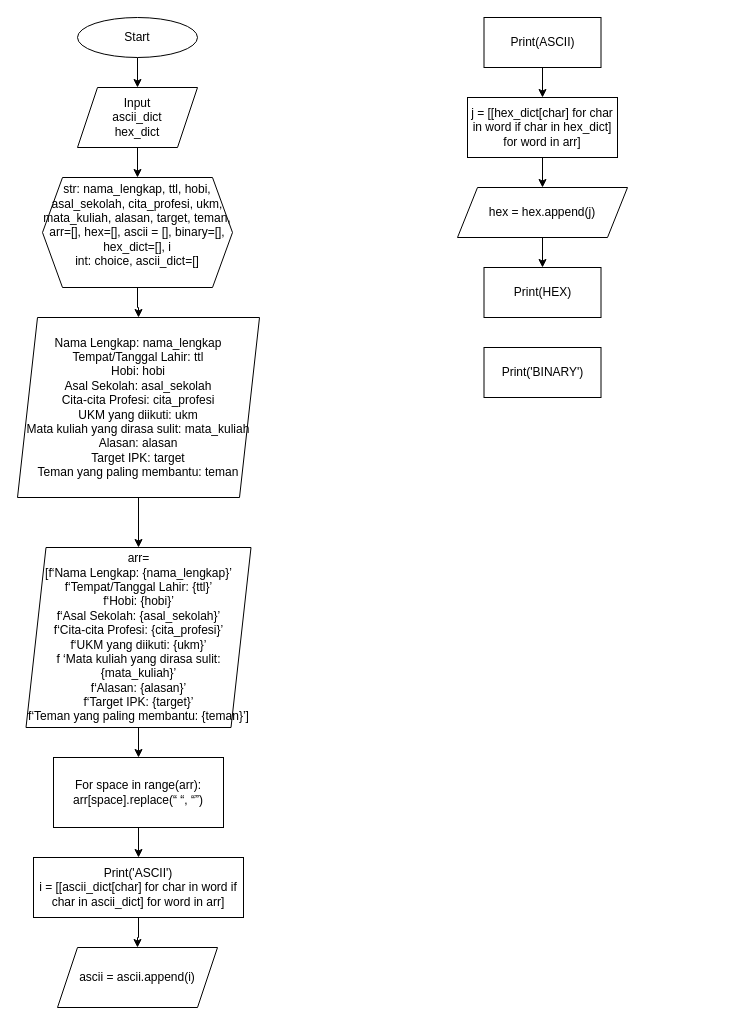
Earlier version of the draw.io diagram page "Page-1" (1 of 2) of AFL1_arsiskom.drawio (1nnocentia/Flowchart). Source tidied: cells renumbered, new cells numbered last; positions are measured from the earlier drawing's top-left corner, leaving out a move shared by most shapes. Both pictures are drawn from the tidied source at 100%, with x=0, y=0 at pixel (17, 17).
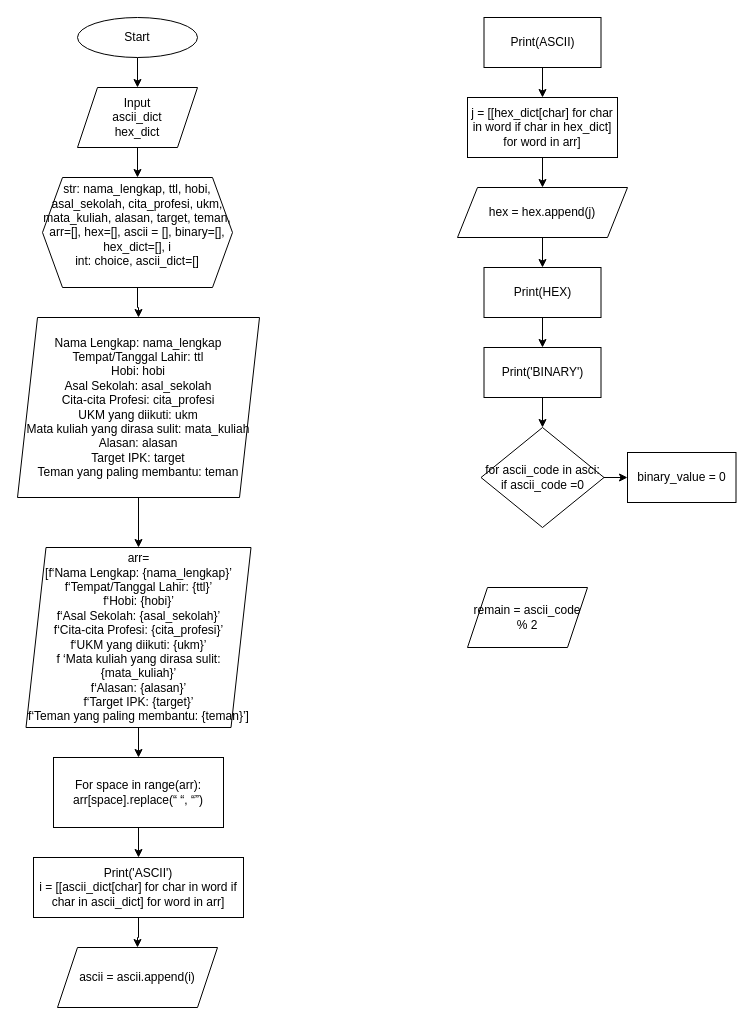
After the change.

Unchanged cells that the change refers to:
```xml
<mxCell id="23" value="Print(HEX)" style="rounded=0;whiteSpace=wrap;html=1;" parent="1" vertex="1">
  <mxGeometry x="466.5" y="250" width="117" height="50" as="geometry" />
</mxCell>
<mxCell id="24" value="Print('BINARY')" style="rounded=0;whiteSpace=wrap;html=1;" parent="1" vertex="1">
  <mxGeometry x="466.5" y="330" width="117" height="50" as="geometry" />
</mxCell>
```

The edit, as a diff of the source:
```diff
@@
+    <mxCell id="25" style="edgeStyle=orthogonalEdgeStyle;rounded=0;jettySize=auto;html=1;" parent="1" edge="1" source="23" target="24">
+      <mxGeometry relative="1" as="geometry" />
+    </mxCell>
@@
+    <mxCell id="26" style="edgeStyle=orthogonalEdgeStyle;rounded=0;jettySize=auto;html=1;" parent="1" edge="1" source="24" target="28">
+      <mxGeometry relative="1" as="geometry" />
+    </mxCell>
@@
+    <mxCell id="27" style="edgeStyle=orthogonalEdgeStyle;rounded=0;jettySize=auto;html=1;" parent="1" edge="1" source="28" target="29">
+      <mxGeometry relative="1" as="geometry" />
+    </mxCell>
+    <mxCell id="28" value="for ascii_code in asci:&lt;div&gt;if ascii_code =0&lt;/div&gt;" style="rhombus;whiteSpace=wrap;html=1;" parent="1" vertex="1">
+      <mxGeometry x="463.5" y="410" width="123" height="100" as="geometry" />
+    </mxCell>
+    <mxCell id="29" value="binary_value = 0" style="rounded=0;whiteSpace=wrap;html=1;" parent="1" vertex="1">
+      <mxGeometry x="610" y="435" width="108.5" height="50" as="geometry" />
+    </mxCell>
+    <mxCell id="30" value="remain = ascii_code % 2" style="shape=parallelogram;perimeter=parallelogramPerimeter;whiteSpace=wrap;html=1;fixedSize=1;" parent="1" vertex="1">
+      <mxGeometry x="450" y="570" width="120" height="60" as="geometry" />
+    </mxCell>
```
